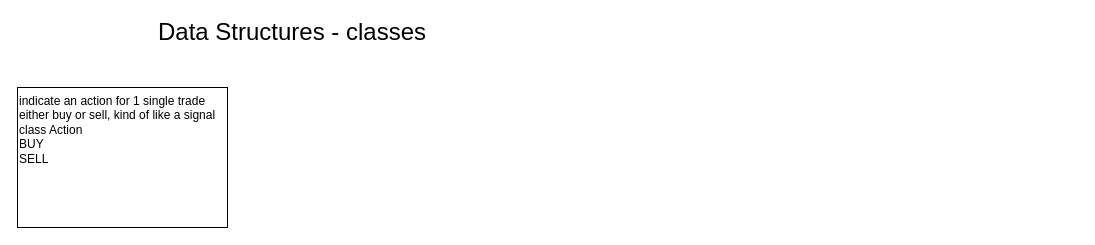
Earlier version of the draw.io diagram overall_layout.drawio (honchingli/neutral-grid-trading-backtesting). Source tidied: cells renumbered, new cells numbered last; positions are measured from the earlier drawing's top-left corner, leaving out a move shared by most shapes. Both pictures are drawn from the tidied source at 100%, with x=0, y=0 at pixel (17, 17).
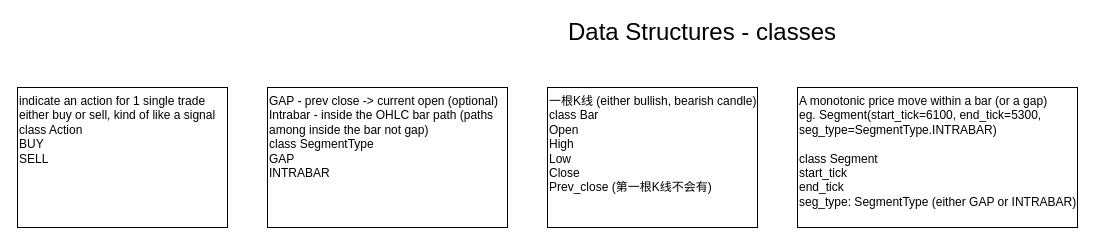
The same diagram, later.

Diff of the diagram source:
```diff
@@
 <mxGraphModel>
   <root>
     <mxCell id="0" />
     <mxCell id="1" parent="0" />
     <mxCell id="2" value="&lt;font style=&quot;font-size: 24px;&quot;&gt;Data Structures - classes&lt;/font&gt;" style="text;html=1;whiteSpace=wrap;strokeColor=none;fillColor=none;align=center;verticalAlign=middle;rounded=0;" parent="1" vertex="1">
-      <mxGeometry x="130" width="290" height="30" as="geometry" />
+      <mxGeometry x="540" width="290" height="30" as="geometry" />
     </mxCell>
     <mxCell id="3" value="&lt;div&gt;&lt;div&gt;indicate an action for 1 single trade&lt;/div&gt;&lt;div&gt;either buy or sell, kind of like a signal&lt;/div&gt;&lt;/div&gt;class Action&lt;div&gt;BUY&lt;/div&gt;&lt;div&gt;SELL&lt;/div&gt;" style="rounded=0;whiteSpace=wrap;html=1;verticalAlign=top;align=left;" parent="1" vertex="1">
       <mxGeometry y="70" width="210" height="140" as="geometry" />
     </mxCell>
+    <mxCell id="4" value="GAP - prev close -&amp;gt; current open (optional)&lt;div&gt;Intrabar - inside the OHLC bar path (paths among inside the bar not gap)&lt;/div&gt;&lt;div&gt;class SegmentType&lt;/div&gt;&lt;div&gt;GAP&lt;/div&gt;&lt;div&gt;INTRABAR&lt;/div&gt;" style="rounded=0;whiteSpace=wrap;html=1;verticalAlign=top;align=left;" parent="1" vertex="1">
+      <mxGeometry x="250" y="70" width="240" height="140" as="geometry" />
+    </mxCell>
+    <mxCell id="5" value="一根K线 (either bullish, bearish candle)&lt;div&gt;class Bar&lt;/div&gt;&lt;div&gt;Open&lt;/div&gt;&lt;div&gt;High&lt;/div&gt;&lt;div&gt;Low&lt;/div&gt;&lt;div&gt;Close&lt;/div&gt;&lt;div&gt;Prev_close (第一根K线不会有)&lt;/div&gt;" style="rounded=0;whiteSpace=wrap;html=1;verticalAlign=top;align=left;" parent="1" vertex="1">
+      <mxGeometry x="530" y="70" width="210" height="140" as="geometry" />
+    </mxCell>
+    <mxCell id="6" value="&lt;div&gt;&lt;div&gt;A monotonic price move within a bar (or a gap)&lt;/div&gt;&lt;/div&gt;&lt;div&gt;eg. Segment(start_tick=6100, end_tick=5300, seg_type=SegmentType.INTRABAR)&lt;/div&gt;&lt;div&gt;&lt;br&gt;&lt;/div&gt;&lt;div&gt;class Segment&lt;/div&gt;&lt;div&gt;start_tick&lt;br&gt;end_tick&lt;/div&gt;&lt;div&gt;seg_type: SegmentType (either GAP or INTRABAR)&lt;/div&gt;" style="rounded=0;whiteSpace=wrap;html=1;verticalAlign=top;align=left;" parent="1" vertex="1">
+      <mxGeometry x="780" y="70" width="280" height="140" as="geometry" />
+    </mxCell>
   </root>
 </mxGraphModel>
```
